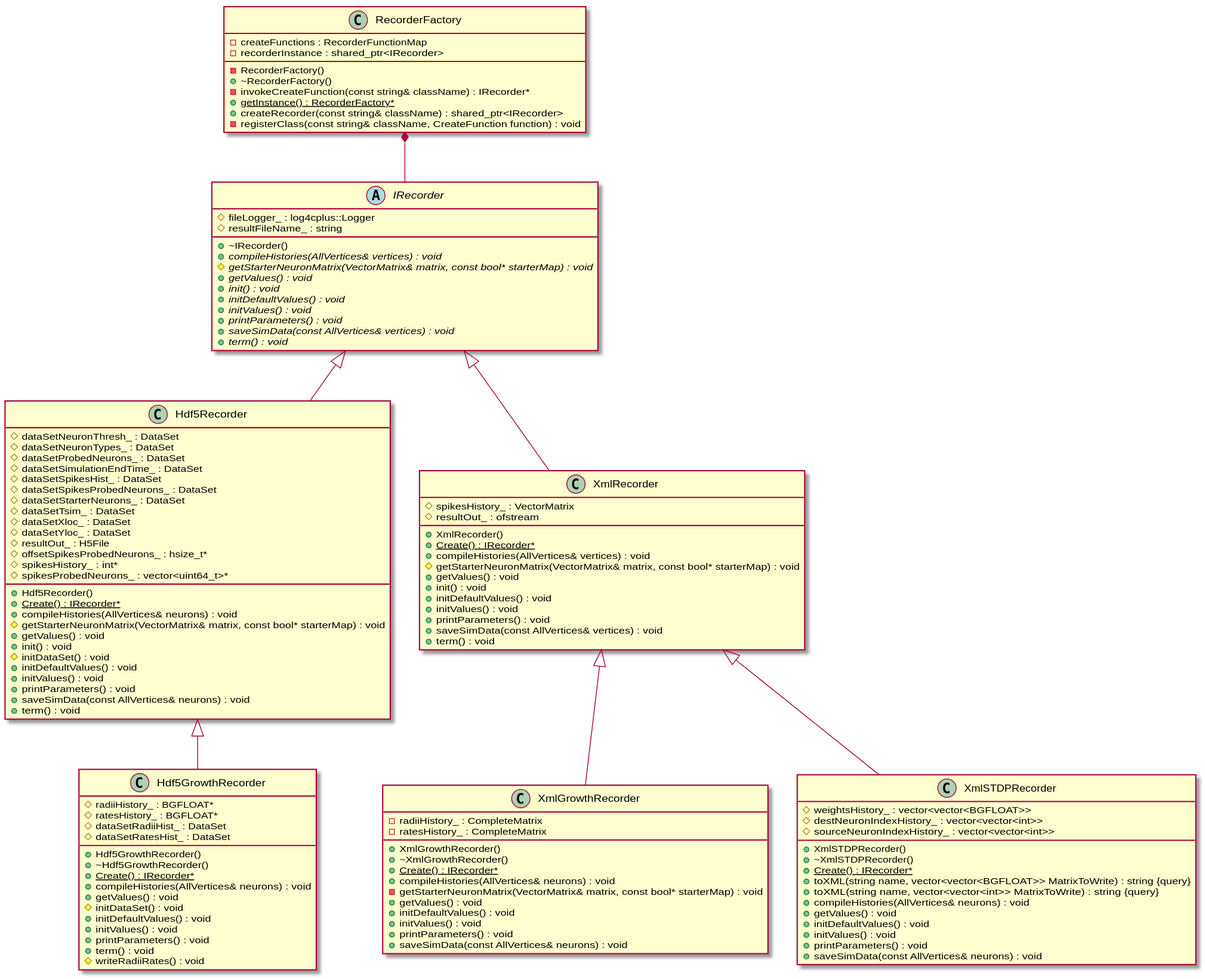
UWB-Biocomputing/Graphitti keeps this PlantUML diagram as docs/Developer/ClassDiagrams/diagrams/RecorderClassDiagram.svg. Above is the earlier version.
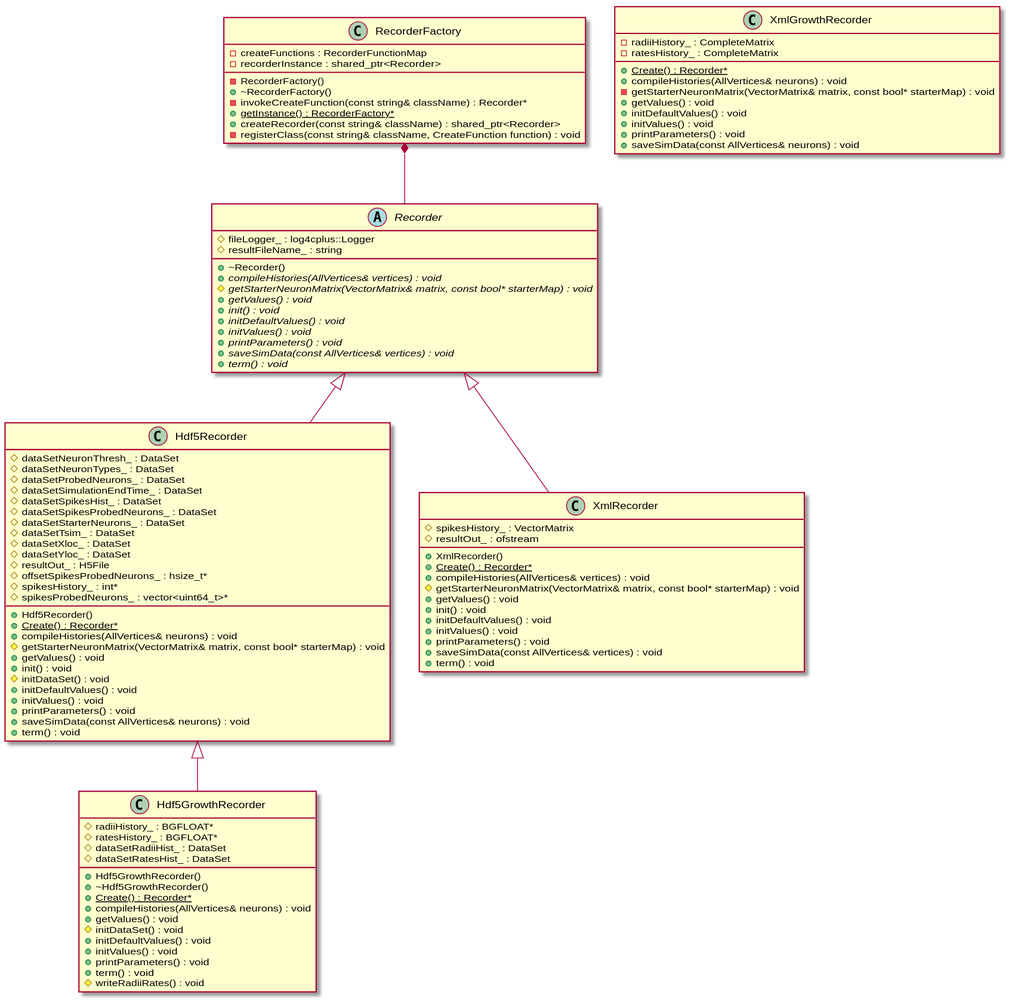
The same diagram one commit later.

Change to the diagram source:
```diff
@@ -12,7 +12,7 @@
 	#ratesHistory_ : BGFLOAT*
 	#dataSetRadiiHist_ : DataSet
 	#dataSetRatesHist_ : DataSet
-	+{static} Create() : IRecorder*
+	+{static} Create() : Recorder*
 	+compileHistories(AllVertices& neurons) : void
 	+getValues() : void
 	#initDataSet() : void
@@ -37,7 +37,7 @@
 	#dataSetXloc_ : DataSet
 	#dataSetYloc_ : DataSet
 	#resultOut_ : H5File
-	+{static} Create() : IRecorder*
+	+{static} Create() : Recorder*
 	#offsetSpikesProbedNeurons_ : hsize_t*
 	#spikesHistory_ : int*
 	#spikesProbedNeurons_ : vector<uint64_t>*
@@ -54,8 +54,8 @@
 }
 
 
-abstract class IRecorder {
-	+~IRecorder()
+abstract class Recorder {
+	+~Recorder()
 	#fileLogger_ : log4cplus::Logger
 	#resultFileName_ : string
 	+{abstract} compileHistories(AllVertices& vertices) : void
@@ -73,21 +73,19 @@
 class RecorderFactory {
 	-RecorderFactory()
 	+~RecorderFactory()
-	-invokeCreateFunction(const string& className) : IRecorder*
+	-invokeCreateFunction(const string& className) : Recorder*
 	+{static} getInstance() : RecorderFactory*
 	-createFunctions : RecorderFunctionMap
-	+createRecorder(const string& className) : shared_ptr<IRecorder>
-	-recorderInstance : shared_ptr<IRecorder>
+	+createRecorder(const string& className) : shared_ptr<Recorder>
+	-recorderInstance : shared_ptr<Recorder>
 	-registerClass(const string& className, CreateFunction function) : void
 }
 
 
 class XmlGrowthRecorder {
-	+XmlGrowthRecorder()
-	+~XmlGrowthRecorder()
 	-radiiHistory_ : CompleteMatrix
 	-ratesHistory_ : CompleteMatrix
-	+{static} Create() : IRecorder*
+	+{static} Create() : Recorder*
 	+compileHistories(AllVertices& neurons) : void
 	-getStarterNeuronMatrix(VectorMatrix& matrix, const bool* starterMap) : void
 	+getValues() : void
@@ -100,7 +98,7 @@
 
 class XmlRecorder {
 	+XmlRecorder()
-	+{static} Create() : IRecorder*
+	+{static} Create() : Recorder*
 	#spikesHistory_ : VectorMatrix
 	#resultOut_ : ofstream
 	+compileHistories(AllVertices& vertices) : void
@@ -115,48 +113,19 @@
 }
 
 
-class XmlSTDPRecorder {
-	+XmlSTDPRecorder()
-	+~XmlSTDPRecorder()
-	+{static} Create() : IRecorder*
-	+toXML(string name, vector<vector<BGFLOAT>> MatrixToWrite) : string {query}
-	+toXML(string name, vector<vector<int>> MatrixToWrite) : string {query}
-	#weightsHistory_ : vector<vector<BGFLOAT>>
-	#destNeuronIndexHistory_ : vector<vector<int>>
-	#sourceNeuronIndexHistory_ : vector<vector<int>>
-	+compileHistories(AllVertices& neurons) : void
-	+getValues() : void
-	+initDefaultValues() : void
-	+initValues() : void
-	+printParameters() : void
-	+saveSimData(const AllVertices& neurons) : void
-}
-
-
-
-
 
 
 .Hdf5Recorder <|-- .Hdf5GrowthRecorder
 
 
-.IRecorder <|-- .Hdf5Recorder
+.Recorder <|-- .Hdf5Recorder
 
 
-.IRecorder <|-- .XmlRecorder
-
-
-.XmlRecorder <|-- .XmlGrowthRecorder
-
-
-.XmlRecorder <|-- .XmlSTDPRecorder
+.Recorder <|-- .XmlRecorder
 
 
 
-
-
-
-.RecorderFactory *-- .IRecorder
+.RecorderFactory *-- .Recorder
 
 
 
```
